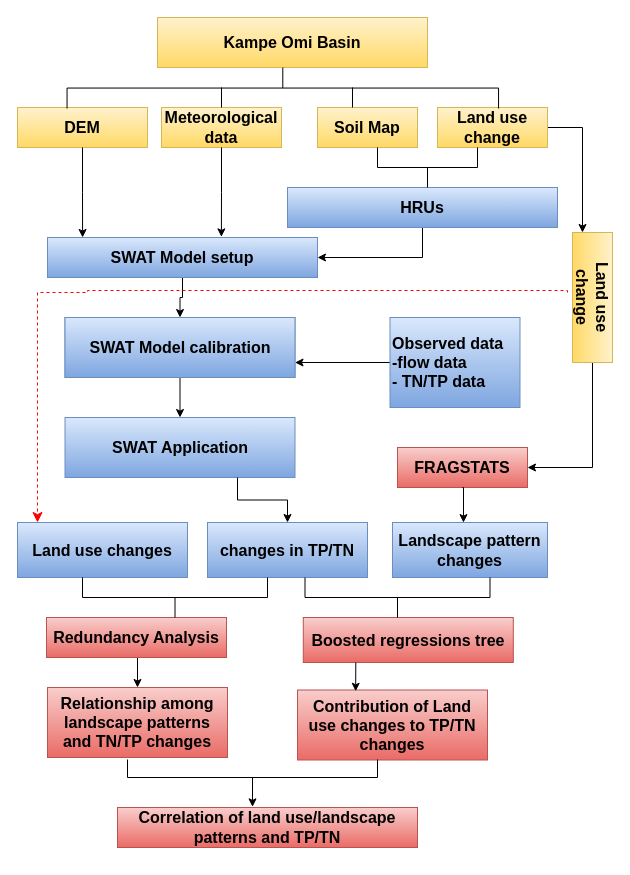
Earlier version of the draw.io diagram Objective3.1.drawio (yemioke/PRISMA2020). Source tidied: cells renumbered, new cells numbered last; positions are measured from the earlier drawing's top-left corner, leaving out a move shared by most shapes. Both pictures are drawn from the tidied source at 100%, with x=0, y=0 at pixel (17, -128).
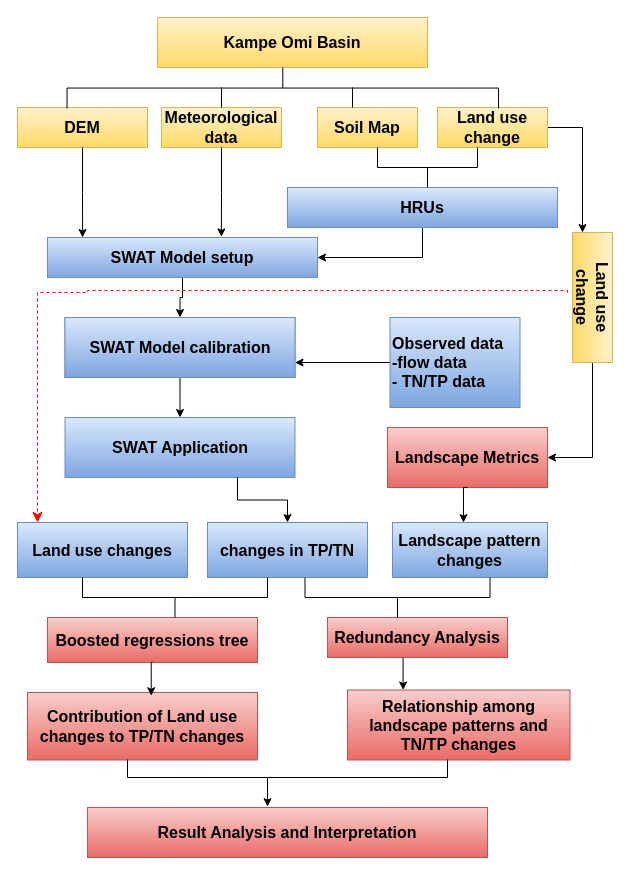
The same page after the edit.

The edit, as a diff of the source:
```diff
@@
-    <mxCell id="17" value="&lt;font style=&quot;font-size: 16px;&quot;&gt;&lt;b&gt;FRAGSTATS&lt;/b&gt;&lt;/font&gt;" style="rounded=0;whiteSpace=wrap;html=1;rotation=0;fillColor=#f8cecc;gradientColor=#ea6b66;strokeColor=#b85450;" parent="1" vertex="1">
-      <mxGeometry x="380" y="575" width="130" height="40" as="geometry" />
+    <mxCell id="17" value="&lt;font style=&quot;font-size: 16px;&quot;&gt;&lt;b&gt;Landscape Metrics&lt;/b&gt;&lt;/font&gt;" style="rounded=0;whiteSpace=wrap;html=1;rotation=0;fillColor=#f8cecc;gradientColor=#ea6b66;strokeColor=#b85450;" parent="1" vertex="1">
+      <mxGeometry x="370" y="555" width="160" height="60" as="geometry" />
     </mxCell>
@@
-    <mxCell id="21" style="edgeStyle=orthogonalEdgeStyle;rounded=0;jettySize=auto;html=1;exitX=0.5;exitY=1;exitDx=0;exitDy=0;entryX=0.5;entryY=0;entryDx=0;entryDy=0;" parent="1" edge="1" source="22" target="24">
+    <mxCell id="21" style="edgeStyle=orthogonalEdgeStyle;rounded=0;jettySize=auto;html=1;exitX=0.5;exitY=1;exitDx=0;exitDy=0;entryX=0.25;entryY=0;entryDx=0;entryDy=0;" parent="1" edge="1" source="22" target="24">
       <mxGeometry relative="1" as="geometry" />
     </mxCell>
     <mxCell id="22" value="&lt;font style=&quot;font-size: 16px;&quot;&gt;&lt;b&gt;Redundancy Analysis&lt;/b&gt;&lt;/font&gt;" style="rounded=0;whiteSpace=wrap;html=1;fillColor=#f8cecc;gradientColor=#ea6b66;strokeColor=#b85450;" parent="1" vertex="1">
-      <mxGeometry x="29" y="745" width="180" height="40" as="geometry" />
+      <mxGeometry x="310" y="745" width="180" height="40" as="geometry" />
     </mxCell>
     <mxCell id="23" value="&lt;font style=&quot;font-size: 16px;&quot;&gt;&lt;b&gt;Boosted regressions tree&lt;/b&gt;&lt;/font&gt;" style="rounded=0;whiteSpace=wrap;html=1;fillColor=#f8cecc;gradientColor=#ea6b66;strokeColor=#b85450;" parent="1" vertex="1">
-      <mxGeometry x="285.8" y="745" width="210" height="45" as="geometry" />
+      <mxGeometry x="30" y="745" width="210" height="45" as="geometry" />
     </mxCell>
     <mxCell id="24" value="&lt;font style=&quot;font-size: 16px;&quot;&gt;&lt;b&gt;Relationship among landscape patterns and TN/TP changes&lt;/b&gt;&lt;/font&gt;" style="rounded=0;whiteSpace=wrap;html=1;fillColor=#f8cecc;gradientColor=#ea6b66;strokeColor=#b85450;" parent="1" vertex="1">
-      <mxGeometry x="30" y="815" width="180" height="70" as="geometry" />
+      <mxGeometry x="330" y="817.5" width="222.5" height="70" as="geometry" />
     </mxCell>
     <mxCell id="25" value="&lt;font style=&quot;font-size: 16px;&quot;&gt;&lt;b&gt;Contribution of Land use changes to TP/TN changes&lt;/b&gt;&lt;/font&gt;" style="rounded=0;whiteSpace=wrap;html=1;fillColor=#f8cecc;gradientColor=#ea6b66;strokeColor=#b85450;" parent="1" vertex="1">
-      <mxGeometry x="280" y="817.5" width="190" height="70" as="geometry" />
+      <mxGeometry x="10" y="820" width="230" height="67.5" as="geometry" />
     </mxCell>
-    <mxCell id="26" value="&lt;font style=&quot;font-size: 16px;&quot;&gt;&lt;b&gt;Correlation of land use/landscape patterns and TP/TN&lt;/b&gt;&lt;/font&gt;" style="rounded=0;whiteSpace=wrap;html=1;fillColor=#f8cecc;gradientColor=#ea6b66;strokeColor=#b85450;" parent="1" vertex="1">
-      <mxGeometry x="100" y="935" width="300" height="40" as="geometry" />
+    <mxCell id="26" value="&lt;span style=&quot;font-size: 16px;&quot;&gt;&lt;b&gt;Result Analysis and Interpretation&lt;/b&gt;&lt;/span&gt;" style="rounded=0;whiteSpace=wrap;html=1;fillColor=#f8cecc;gradientColor=#ea6b66;strokeColor=#b85450;" parent="1" vertex="1">
+      <mxGeometry x="70" y="935" width="400" height="50" as="geometry" />
     </mxCell>
@@
-    <mxCell id="36" style="edgeStyle=orthogonalEdgeStyle;rounded=0;jettySize=auto;html=1;exitX=0.25;exitY=1;exitDx=0;exitDy=0;entryX=0.306;entryY=0.018;entryDx=0;entryDy=0;entryPerimeter=0;" parent="1" edge="1" source="23" target="25">
-      <mxGeometry relative="1" as="geometry" />
-    </mxCell>
     <mxCell id="37" style="shape=partialRectangle;whiteSpace=wrap;html=1;bottom=1;right=1;left=1;top=0;fillColor=none;routingCenterX=-0.5;" parent="1" vertex="1">
-      <mxGeometry x="110" y="887.5" width="250" height="17.5" as="geometry" />
+      <mxGeometry x="110" y="887.5" width="320" height="17.5" as="geometry" />
     </mxCell>
@@
+    <mxCell id="36" style="edgeStyle=orthogonalEdgeStyle;rounded=0;jettySize=auto;html=1;exitX=0.5;exitY=1;exitDx=0;exitDy=0;entryX=0.538;entryY=0.048;entryDx=0;entryDy=0;entryPerimeter=0;" parent="1" edge="1" source="23" target="25">
+      <mxGeometry relative="1" as="geometry" />
+    </mxCell>
```
